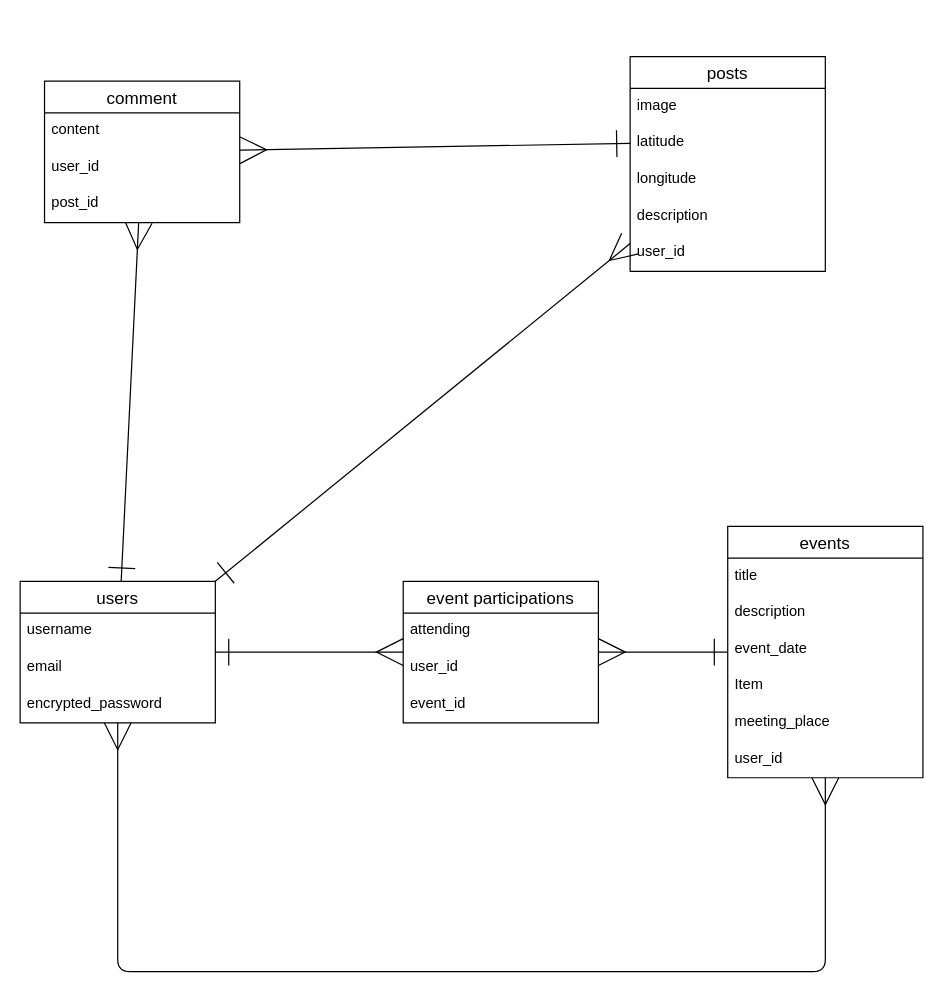
asuma3399/cycleconnect keeps this draw.io diagram as cycleconnect.dio. Above is the earlier version. Source tidied: cells renumbered, new cells numbered last; positions are measured from the earlier drawing's top-left corner, leaving out a move shared by most shapes. Both pictures are drawn from the tidied source at 122%, with x=0, y=0 at pixel (20, 56).
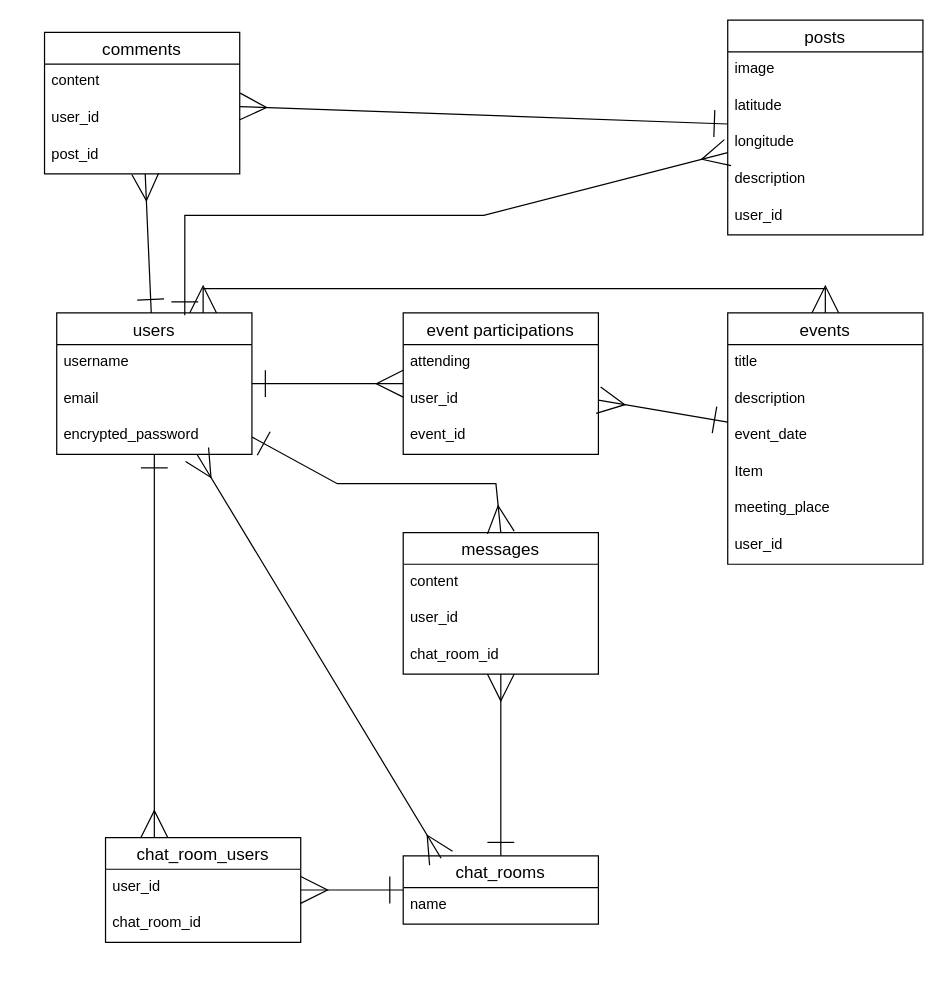
Above is the later version.

Unchanged cells that the change refers to:
```xml
<mxCell id="12" value="latitude" style="text;strokeColor=none;fillColor=none;spacingLeft=4;spacingRight=4;overflow=hidden;points=[[0,0.5],[1,0.5]];portConstraint=eastwest;fontSize=12;" parent="10" vertex="1">
  <mxGeometry y="56" width="160" height="30" as="geometry" />
</mxCell>
```

What changed in the source:
```diff
@@
-    <mxCell id="3" style="edgeStyle=none;html=1;exitX=1;exitY=0;exitDx=0;exitDy=0;startArrow=ERone;startFill=0;endArrow=ERmany;endFill=0;startSize=20;endSize=20;" parent="1" edge="1" source="6" target="10">
-      <mxGeometry relative="1" as="geometry" />
-    </mxCell>
@@
-    <mxCell id="5" style="edgeStyle=none;html=1;startArrow=ERmany;startFill=0;endArrow=ERmany;endFill=0;startSize=20;endSize=20;" parent="1" edge="1" source="6" target="21">
+    <mxCell id="5" style="edgeStyle=none;html=1;startArrow=ERmany;startFill=0;endArrow=ERmany;endFill=0;startSize=20;endSize=20;exitX=0.75;exitY=0;exitDx=0;exitDy=0;entryX=0.5;entryY=0;entryDx=0;entryDy=0;rounded=0;" parent="1" edge="1" source="6" target="21">
       <mxGeometry relative="1" as="geometry">
         <Array as="points">
-          <mxPoint x="80" y="750" />
-          <mxPoint x="660" y="750" />
+          <mxPoint x="150" y="190" />
+          <mxPoint x="340" y="190" />
+          <mxPoint x="420" y="190" />
+          <mxPoint x="540" y="190" />
+          <mxPoint x="660" y="190" />
         </Array>
       </mxGeometry>
     </mxCell>
     <mxCell id="6" value="users" style="swimlane;fontStyle=0;horizontal=1;startSize=26;align=center;fontSize=14;" parent="1" vertex="1">
-      <mxGeometry y="430" width="160" height="116" as="geometry" />
+      <mxGeometry x="30" y="210" width="160" height="116" as="geometry" />
     </mxCell>
@@
     <mxCell id="10" value="posts" style="swimlane;fontStyle=0;horizontal=1;startSize=26;align=center;fontSize=14;" parent="1" vertex="1">
-      <mxGeometry x="500" width="160" height="176" as="geometry" />
+      <mxGeometry x="580" y="-30" width="160" height="176" as="geometry" />
     </mxCell>
@@
-    <mxCell id="16" value="comment" style="swimlane;fontStyle=0;horizontal=1;startSize=26;align=center;fontSize=14;" parent="1" vertex="1">
-      <mxGeometry x="20" y="20" width="160" height="116" as="geometry" />
+    <mxCell id="16" value="comments" style="swimlane;fontStyle=0;horizontal=1;startSize=26;align=center;fontSize=14;" parent="1" vertex="1">
+      <mxGeometry x="20" y="-20" width="160" height="116" as="geometry" />
     </mxCell>
@@
     <mxCell id="21" value="events" style="swimlane;fontStyle=0;horizontal=1;startSize=26;align=center;fontSize=14;" parent="1" vertex="1">
-      <mxGeometry x="580" y="385" width="160" height="206" as="geometry" />
+      <mxGeometry x="580" y="210" width="160" height="206" as="geometry" />
     </mxCell>
@@
     <mxCell id="28" value="event participations" style="swimlane;fontStyle=0;horizontal=1;startSize=26;align=center;fontSize=14;" parent="1" vertex="1">
-      <mxGeometry x="314" y="430" width="160" height="116" as="geometry" />
+      <mxGeometry x="314" y="210" width="160" height="116" as="geometry" />
     </mxCell>
@@
-    <mxCell id="32" style="edgeStyle=none;html=1;exitX=0;exitY=0.5;exitDx=0;exitDy=0;startArrow=ERone;startFill=0;endArrow=ERmany;endFill=0;startSize=20;endSize=20;" parent="1" edge="1" source="12" target="16">
+    <mxCell id="32" style="edgeStyle=none;html=1;startArrow=ERone;startFill=0;endArrow=ERmany;endFill=0;startSize=20;endSize=20;" parent="1" edge="1" source="10" target="16">
       <mxGeometry relative="1" as="geometry" />
     </mxCell>
+    <mxCell id="33" value="messages" style="swimlane;fontStyle=0;horizontal=1;startSize=26;align=center;fontSize=14;" parent="1" vertex="1">
+      <mxGeometry x="314" y="390" width="160" height="116" as="geometry" />
+    </mxCell>
+    <mxCell id="34" value="content" style="text;strokeColor=none;fillColor=none;spacingLeft=4;spacingRight=4;overflow=hidden;fontSize=12;" parent="33" vertex="1">
+      <mxGeometry y="26" width="160" height="30" as="geometry" />
+    </mxCell>
+    <mxCell id="35" value="user_id" style="text;strokeColor=none;fillColor=none;spacingLeft=4;spacingRight=4;overflow=hidden;fontSize=12;" parent="33" vertex="1">
+      <mxGeometry y="56" width="160" height="30" as="geometry" />
+    </mxCell>
+    <mxCell id="36" value="chat_room_id" style="text;strokeColor=none;fillColor=none;spacingLeft=4;spacingRight=4;overflow=hidden;fontSize=12;" parent="33" vertex="1">
+      <mxGeometry y="86" width="160" height="30" as="geometry" />
+    </mxCell>
+    <mxCell id="3" style="endArrow=ERmany;html=1;rounded=0;exitX=0.656;exitY=0.017;exitDx=0;exitDy=0;exitPerimeter=0;startArrow=ERone;startFill=0;endFill=0;endSize=20;startSize=20;" parent="1" edge="1" source="6" target="10">
+      <mxGeometry relative="1" as="geometry">
+        <Array as="points">
+          <mxPoint x="135" y="130" />
+          <mxPoint x="380" y="130" />
+        </Array>
+      </mxGeometry>
+    </mxCell>
+    <mxCell id="37" style="edgeStyle=none;html=1;startArrow=ERone;startFill=0;endArrow=ERmany;endFill=0;startSize=20;endSize=20;entryX=0.5;entryY=0;entryDx=0;entryDy=0;rounded=0;" parent="1" edge="1" source="6" target="33">
+      <mxGeometry relative="1" as="geometry">
+        <Array as="points">
+          <mxPoint x="260" y="350" />
+          <mxPoint x="390" y="350" />
+        </Array>
+      </mxGeometry>
+    </mxCell>
+    <mxCell id="38" value="chat_room_users" style="swimlane;fontStyle=0;horizontal=1;startSize=26;align=center;fontSize=14;" parent="1" vertex="1">
+      <mxGeometry x="70" y="640" width="160" height="86" as="geometry" />
+    </mxCell>
+    <mxCell id="39" value="user_id" style="text;strokeColor=none;fillColor=none;spacingLeft=4;spacingRight=4;overflow=hidden;fontSize=12;" parent="38" vertex="1">
+      <mxGeometry y="26" width="160" height="30" as="geometry" />
+    </mxCell>
+    <mxCell id="40" value="chat_room_id" style="text;strokeColor=none;fillColor=none;spacingLeft=4;spacingRight=4;overflow=hidden;fontSize=12;" parent="38" vertex="1">
+      <mxGeometry y="56" width="160" height="30" as="geometry" />
+    </mxCell>
+    <mxCell id="41" style="edgeStyle=none;html=1;startArrow=ERone;startFill=0;endArrow=ERmany;endFill=0;startSize=20;endSize=20;entryX=0.25;entryY=0;entryDx=0;entryDy=0;" parent="1" edge="1" source="6" target="38">
+      <mxGeometry relative="1" as="geometry" />
+    </mxCell>
+    <mxCell id="42" value="chat_rooms" style="swimlane;fontStyle=0;horizontal=1;startSize=26;align=center;fontSize=14;" parent="1" vertex="1">
+      <mxGeometry x="314" y="655" width="160" height="56" as="geometry" />
+    </mxCell>
+    <mxCell id="43" value="name" style="text;strokeColor=none;fillColor=none;spacingLeft=4;spacingRight=4;overflow=hidden;fontSize=12;" parent="42" vertex="1">
+      <mxGeometry y="26" width="160" height="30" as="geometry" />
+    </mxCell>
+    <mxCell id="44" style="edgeStyle=none;html=1;startArrow=ERone;startFill=0;endArrow=ERmany;endFill=0;startSize=20;endSize=20;" parent="1" edge="1" source="42" target="38">
+      <mxGeometry relative="1" as="geometry" />
+    </mxCell>
+    <mxCell id="45" style="edgeStyle=none;html=1;startArrow=ERone;startFill=0;endArrow=ERmany;endFill=0;startSize=20;endSize=20;" parent="1" edge="1" source="42" target="33">
+      <mxGeometry relative="1" as="geometry" />
+    </mxCell>
+    <mxCell id="46" style="edgeStyle=none;html=1;startArrow=ERmany;startFill=0;endArrow=ERmany;endFill=0;startSize=20;endSize=20;entryX=0.194;entryY=0.036;entryDx=0;entryDy=0;entryPerimeter=0;" parent="1" edge="1" source="6" target="42">
+      <mxGeometry relative="1" as="geometry" />
+    </mxCell>
```
